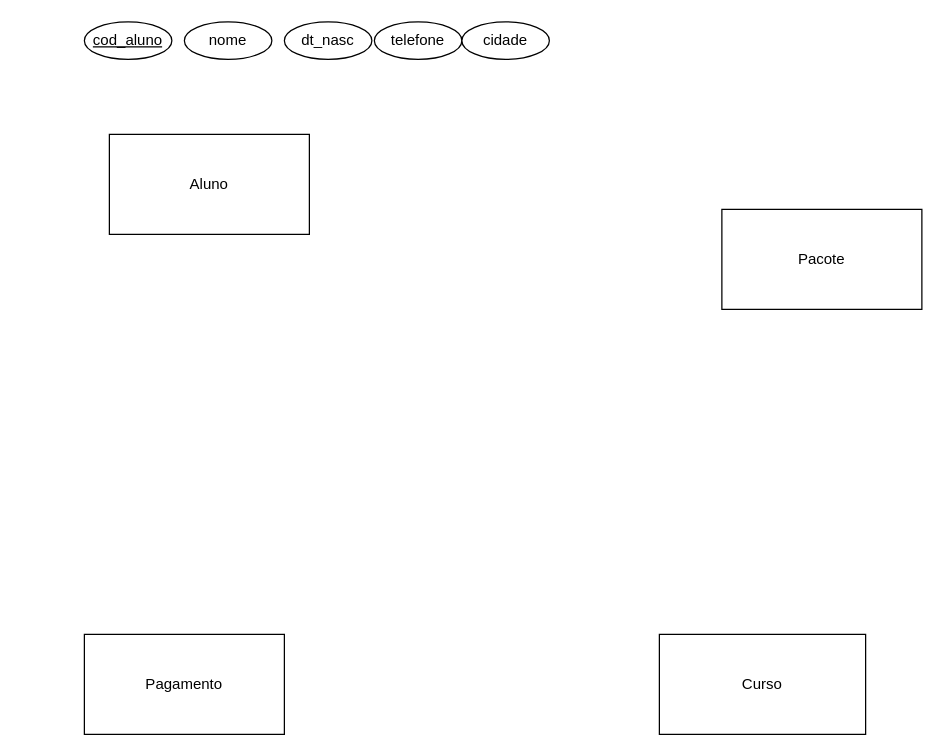
The draw.io diagram Relacional DER.drawio in AugustoEnzo/StructuredQueryLanguage, before the edit. Source tidied: cells renumbered, new cells numbered last; positions are measured from the earlier drawing's top-left corner, leaving out a move shared by most shapes. Both pictures are drawn from the tidied source at 125%, with x=0, y=0 at pixel (84, 21).
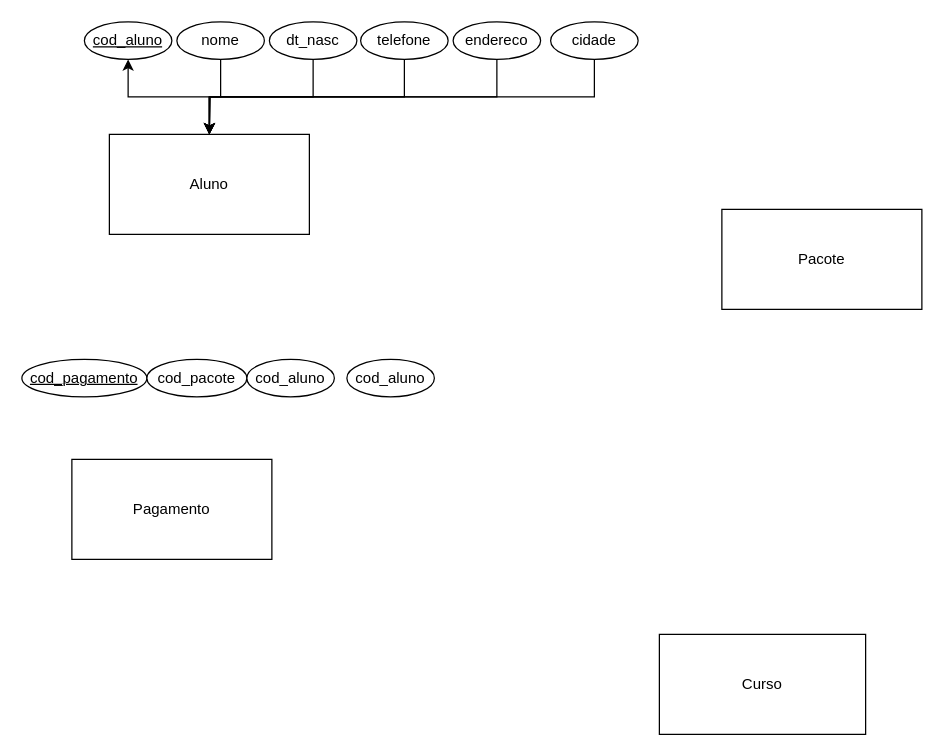
The same page after the edit.

The change refers to these unchanged cells:
```xml
<mxCell id="2" value="Aluno" style="rounded=0;whiteSpace=wrap;html=1;" parent="1" vertex="1">
  <mxGeometry x="20" y="90" width="160" height="80" as="geometry" />
</mxCell>
<mxCell id="6" value="&lt;u&gt;cod_aluno&lt;/u&gt;" style="ellipse;whiteSpace=wrap;html=1;strokeColor=#000000;" parent="1" vertex="1">
  <mxGeometry width="70" height="30" as="geometry" />
</mxCell>
```

Diff of the diagram source:
```diff
@@
+    <mxCell id="11" style="edgeStyle=orthogonalEdgeStyle;rounded=0;jettySize=auto;html=1;entryX=0.5;entryY=1;entryDx=0;entryDy=0;exitX=0.5;exitY=0;exitDx=0;exitDy=0;" parent="1" edge="1" source="2" target="6">
+      <mxGeometry relative="1" as="geometry" />
+    </mxCell>
@@
     <mxCell id="4" value="Pagamento" style="rounded=0;whiteSpace=wrap;html=1;" parent="1" vertex="1">
-      <mxGeometry y="490" width="160" height="80" as="geometry" />
+      <mxGeometry x="-10" y="350" width="160" height="80" as="geometry" />
     </mxCell>
@@
+    <mxCell id="12" style="edgeStyle=orthogonalEdgeStyle;rounded=0;jettySize=auto;html=1;exitX=0.5;exitY=1;exitDx=0;exitDy=0;entryX=0.5;entryY=0;entryDx=0;entryDy=0;" parent="1" edge="1" source="7" target="2">
+      <mxGeometry relative="1" as="geometry" />
+    </mxCell>
     <mxCell id="7" value="nome" style="ellipse;whiteSpace=wrap;html=1;strokeColor=#000000;" parent="1" vertex="1">
-      <mxGeometry x="80" width="70" height="30" as="geometry" />
+      <mxGeometry x="74" width="70" height="30" as="geometry" />
     </mxCell>
+    <mxCell id="13" style="edgeStyle=orthogonalEdgeStyle;rounded=0;jettySize=auto;html=1;exitX=0.5;exitY=1;exitDx=0;exitDy=0;" parent="1" edge="1" source="8">
+      <mxGeometry relative="1" as="geometry">
+        <mxPoint x="100" y="90" as="targetPoint" />
+      </mxGeometry>
+    </mxCell>
     <mxCell id="8" value="dt_nasc" style="ellipse;whiteSpace=wrap;html=1;strokeColor=#000000;" parent="1" vertex="1">
-      <mxGeometry x="160" width="70" height="30" as="geometry" />
+      <mxGeometry x="148" width="70" height="30" as="geometry" />
     </mxCell>
+    <mxCell id="14" style="edgeStyle=orthogonalEdgeStyle;rounded=0;jettySize=auto;html=1;exitX=0.5;exitY=1;exitDx=0;exitDy=0;entryX=0.5;entryY=0;entryDx=0;entryDy=0;" parent="1" edge="1" source="9" target="2">
+      <mxGeometry relative="1" as="geometry" />
+    </mxCell>
     <mxCell id="9" value="telefone" style="ellipse;whiteSpace=wrap;html=1;strokeColor=#000000;" parent="1" vertex="1">
-      <mxGeometry x="232" width="70" height="30" as="geometry" />
+      <mxGeometry x="221" width="70" height="30" as="geometry" />
     </mxCell>
+    <mxCell id="15" style="edgeStyle=orthogonalEdgeStyle;rounded=0;jettySize=auto;html=1;exitX=0.5;exitY=1;exitDx=0;exitDy=0;" parent="1" edge="1" source="10">
+      <mxGeometry relative="1" as="geometry">
+        <mxPoint x="100" y="90" as="targetPoint" />
+      </mxGeometry>
+    </mxCell>
     <mxCell id="10" value="cidade" style="ellipse;whiteSpace=wrap;html=1;strokeColor=#000000;" parent="1" vertex="1">
-      <mxGeometry x="302" width="70" height="30" as="geometry" />
+      <mxGeometry x="373" width="70" height="30" as="geometry" />
     </mxCell>
+    <mxCell id="16" value="&lt;u&gt;cod_pagamento&lt;/u&gt;" style="ellipse;whiteSpace=wrap;html=1;strokeColor=#000000;" parent="1" vertex="1">
+      <mxGeometry x="-50" y="270" width="100" height="30" as="geometry" />
+    </mxCell>
+    <mxCell id="17" style="edgeStyle=orthogonalEdgeStyle;rounded=0;jettySize=auto;html=1;exitX=0.5;exitY=1;exitDx=0;exitDy=0;entryX=0.5;entryY=0;entryDx=0;entryDy=0;" parent="1" edge="1" source="18" target="2">
+      <mxGeometry relative="1" as="geometry" />
+    </mxCell>
+    <mxCell id="18" value="endereco" style="ellipse;whiteSpace=wrap;html=1;strokeColor=#000000;" parent="1" vertex="1">
+      <mxGeometry x="295" width="70" height="30" as="geometry" />
+    </mxCell>
+    <mxCell id="19" value="cod_pacote" style="ellipse;whiteSpace=wrap;html=1;strokeColor=#000000;" parent="1" vertex="1">
+      <mxGeometry x="50" y="270" width="80" height="30" as="geometry" />
+    </mxCell>
+    <mxCell id="20" value="cod_aluno" style="ellipse;whiteSpace=wrap;html=1;strokeColor=#000000;" parent="1" vertex="1">
+      <mxGeometry x="130" y="270" width="70" height="30" as="geometry" />
+    </mxCell>
+    <mxCell id="21" value="cod_aluno" style="ellipse;whiteSpace=wrap;html=1;strokeColor=#000000;" parent="1" vertex="1">
+      <mxGeometry x="210" y="270" width="70" height="30" as="geometry" />
+    </mxCell>
```
